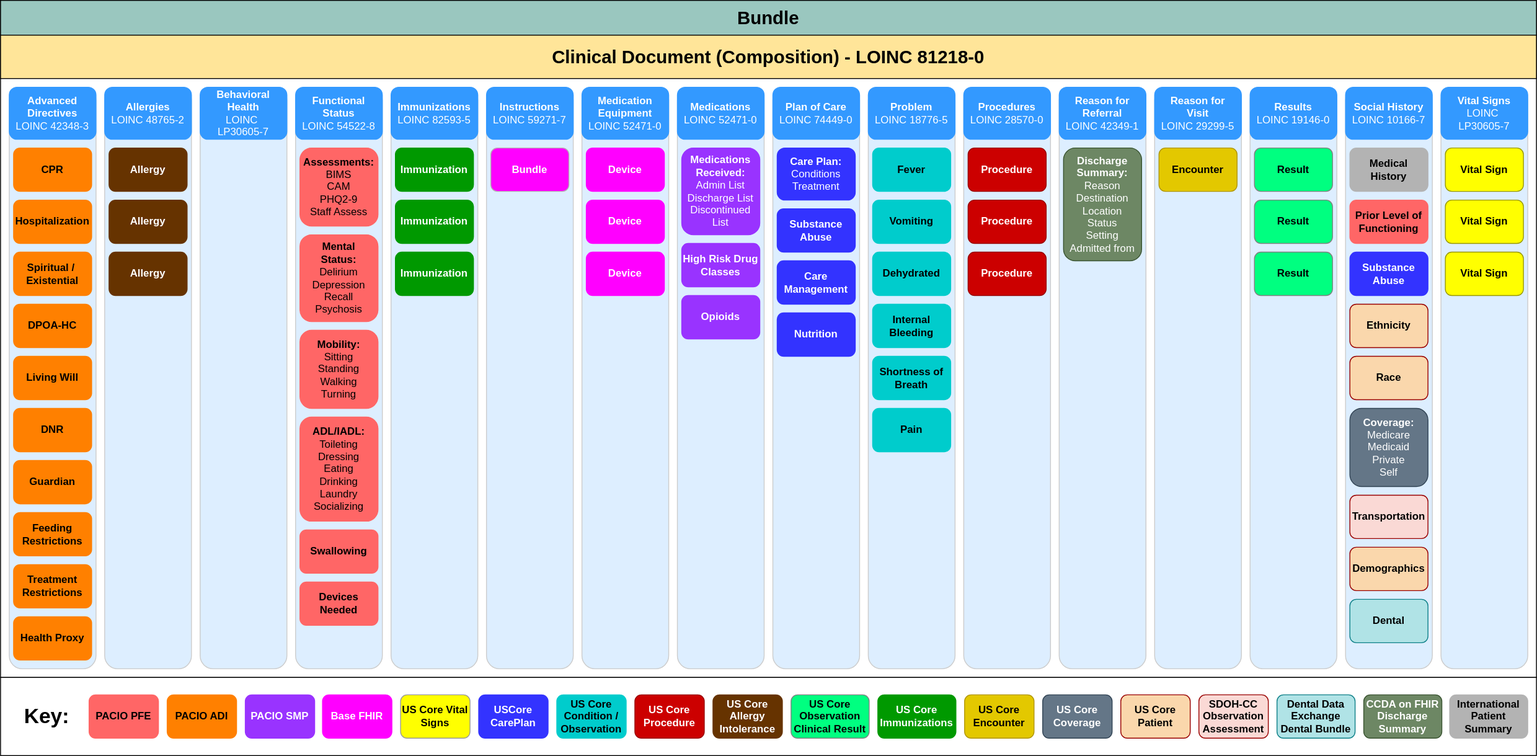
Earlier version of the draw.io export input/images/TOC-structure v2.svg (HL7/fhir-transitions-of-care-ig). Source tidied: cells renumbered, new cells last; positions are measured from the earlier drawing's top-left corner, leaving out a move shared by most shapes.
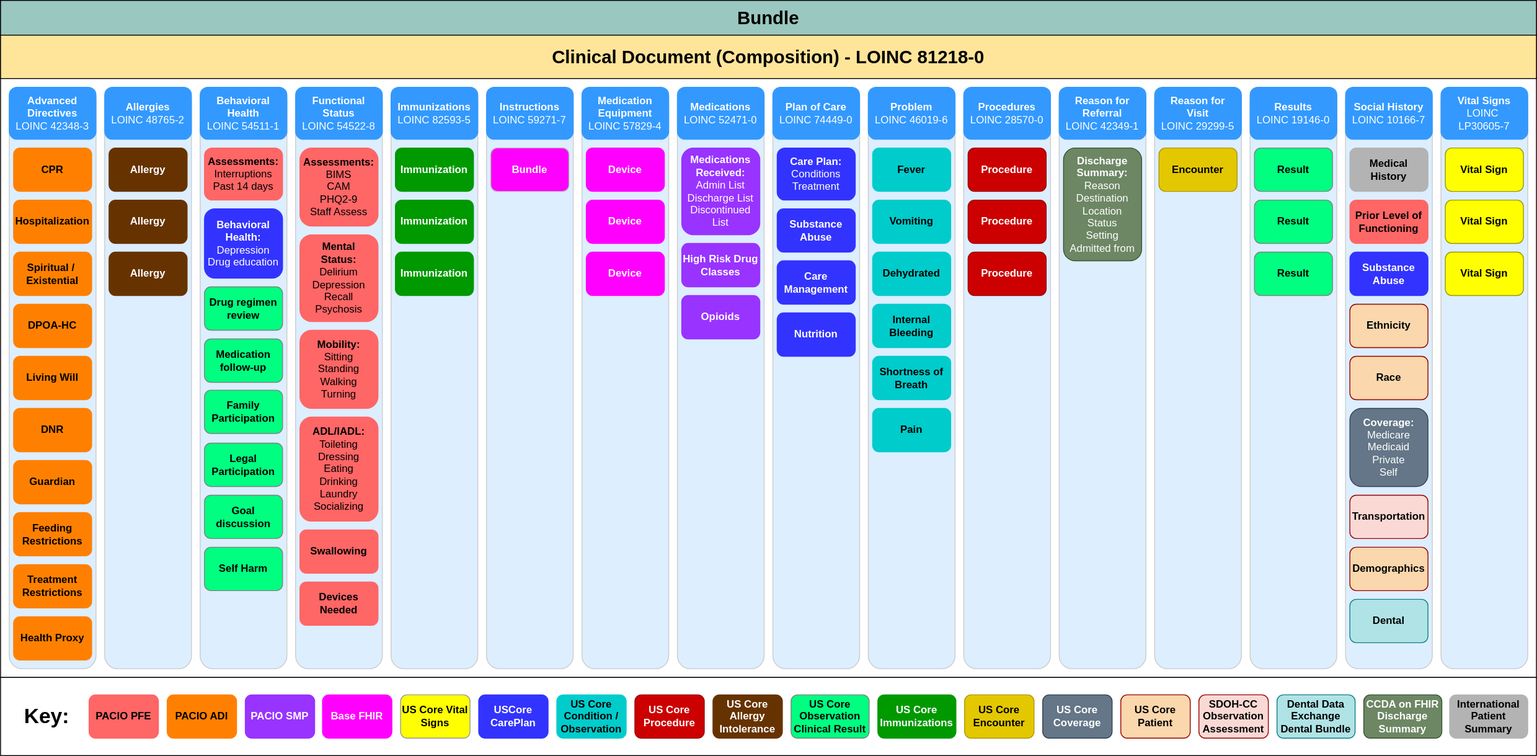
After the commit.

Change to the diagram source:
```diff
@@ -68,7 +68,7 @@
     <mxCell id="23" value="Plan of Care&lt;div&gt;&lt;span style=&quot;font-weight: normal;&quot;&gt;LOINC&amp;nbsp;&lt;/span&gt;&lt;span style=&quot;background-color: initial; font-weight: 400;&quot;&gt;74449-0&lt;/span&gt;&lt;/div&gt;" style="rounded=1;whiteSpace=wrap;html=1;fillColor=#3399FF;strokeColor=#3399FF;fontStyle=1;fontColor=#FFFFFF;" parent="1" vertex="1">
       <mxGeometry x="890" y="100" width="100" height="60" as="geometry" />
     </mxCell>
-    <mxCell id="24" value="Problem&lt;div&gt;&lt;span style=&quot;font-weight: normal;&quot;&gt;LOINC&amp;nbsp;&lt;/span&gt;&lt;span style=&quot;background-color: initial; font-weight: 400;&quot;&gt;18776-5&lt;/span&gt;&lt;/div&gt;" style="rounded=1;whiteSpace=wrap;html=1;fillColor=#3399FF;strokeColor=#3399FF;fontStyle=1;fontColor=#FFFFFF;" parent="1" vertex="1">
+    <mxCell id="24" value="Problem&lt;div&gt;&lt;span style=&quot;font-weight: normal;&quot;&gt;LOINC&amp;nbsp;&lt;/span&gt;&lt;span style=&quot;background-color: initial; font-weight: 400;&quot;&gt;46019-6&lt;/span&gt;&lt;/div&gt;" style="rounded=1;whiteSpace=wrap;html=1;fillColor=#3399FF;strokeColor=#3399FF;fontStyle=1;fontColor=#FFFFFF;" parent="1" vertex="1">
       <mxGeometry x="1000" y="100" width="100" height="60" as="geometry" />
     </mxCell>
     <mxCell id="25" value="Procedures&lt;div&gt;&lt;span style=&quot;font-weight: normal;&quot;&gt;LOINC&amp;nbsp;&lt;/span&gt;&lt;span style=&quot;background-color: initial; font-weight: 400;&quot;&gt;28570-0&lt;/span&gt;&lt;/div&gt;" style="rounded=1;whiteSpace=wrap;html=1;fillColor=#3399FF;strokeColor=#3399FF;fontStyle=1;fontColor=#FFFFFF;" parent="1" vertex="1">
@@ -242,7 +242,7 @@
     <mxCell id="81" style="rounded=1;whiteSpace=wrap;html=1;strokeColor=#CCCCCC;fillColor=#DDEEFF;" parent="1" vertex="1">
       <mxGeometry x="670" y="100" width="100" height="670" as="geometry" />
     </mxCell>
-    <mxCell id="82" value="Medication&lt;div&gt;Equipment&lt;/div&gt;&lt;div&gt;&lt;span style=&quot;font-weight: normal;&quot;&gt;LOINC&amp;nbsp;&lt;/span&gt;&lt;span style=&quot;background-color: initial; font-weight: 400;&quot;&gt;52471-0&lt;/span&gt;&lt;/div&gt;" style="rounded=1;whiteSpace=wrap;html=1;fillColor=#3399FF;strokeColor=#3399FF;fontStyle=1;fontColor=#FFFFFF;" parent="1" vertex="1">
+    <mxCell id="82" value="Medication&lt;div&gt;Equipment&lt;/div&gt;&lt;div&gt;&lt;span style=&quot;font-weight: normal;&quot;&gt;LOINC&amp;nbsp;&lt;/span&gt;&lt;span style=&quot;background-color: initial; font-weight: 400;&quot;&gt;57829-4&lt;/span&gt;&lt;/div&gt;" style="rounded=1;whiteSpace=wrap;html=1;fillColor=#3399FF;strokeColor=#3399FF;fontStyle=1;fontColor=#FFFFFF;" parent="1" vertex="1">
       <mxGeometry x="670" y="100" width="100" height="60" as="geometry" />
     </mxCell>
     <mxCell id="83" value="&lt;b&gt;PACIO PFE&lt;/b&gt;" style="rounded=1;whiteSpace=wrap;html=1;fillColor=#FF6666;strokeColor=#FF6666;" parent="1" vertex="1">
@@ -323,7 +323,7 @@
     <mxCell id="108" style="rounded=1;whiteSpace=wrap;html=1;strokeColor=#CCCCCC;fillColor=#DDEEFF;" parent="1" vertex="1">
       <mxGeometry x="230" y="100" width="100" height="670" as="geometry" />
     </mxCell>
-    <mxCell id="109" value="Behavioral Health&lt;br&gt;&lt;div&gt;&lt;span style=&quot;font-weight: normal;&quot;&gt;LOINC&amp;nbsp;&lt;/span&gt;&lt;/div&gt;&lt;div&gt;&lt;span style=&quot;background-color: initial; font-weight: 400;&quot;&gt;LP30605-7&lt;/span&gt;&lt;/div&gt;" style="rounded=1;whiteSpace=wrap;html=1;strokeColor=#3399FF;fillColor=#3399FF;fontStyle=1;fontColor=#FFFFFF;" parent="1" vertex="1">
+    <mxCell id="109" value="Behavioral Health&lt;br&gt;&lt;div&gt;&lt;span style=&quot;font-weight: normal;&quot;&gt;LOINC&amp;nbsp;&lt;/span&gt;&lt;span style=&quot;background-color: initial; font-weight: 400; color: light-dark(rgb(255, 255, 255), rgb(18, 18, 18));&quot;&gt;54511-1&lt;/span&gt;&lt;/div&gt;" style="rounded=1;whiteSpace=wrap;html=1;strokeColor=#3399FF;fillColor=#3399FF;fontStyle=1;fontColor=#FFFFFF;" parent="1" vertex="1">
       <mxGeometry x="230" y="100" width="100" height="60" as="geometry" />
     </mxCell>
     <mxCell id="110" value="&lt;font style=&quot;color: rgb(255, 255, 255);&quot;&gt;&lt;b style=&quot;&quot;&gt;US Core&lt;/b&gt;&lt;/font&gt;&lt;div&gt;&lt;font style=&quot;color: rgb(255, 255, 255);&quot;&gt;&lt;b style=&quot;&quot;&gt;Coverage&lt;/b&gt;&lt;/font&gt;&lt;/div&gt;" style="rounded=1;whiteSpace=wrap;html=1;fillColor=#647687;strokeColor=#314354;fontColor=#ffffff;" parent="1" vertex="1">
@@ -347,5 +347,29 @@
     <mxCell id="116" value="&lt;div&gt;&lt;b&gt;International&lt;/b&gt;&lt;/div&gt;&lt;div&gt;&lt;b&gt;Patient Summary&lt;/b&gt;&lt;/div&gt;" style="rounded=1;whiteSpace=wrap;html=1;fillColor=#B3B3B3;strokeColor=#B3B3B3;" parent="1" vertex="1">
       <mxGeometry x="1670" y="800" width="90" height="50" as="geometry" />
     </mxCell>
+    <mxCell id="117" value="&lt;b&gt;Assessments:&lt;/b&gt;&lt;div&gt;Interruptions&lt;/div&gt;&lt;div&gt;Past 14 days&lt;/div&gt;" style="rounded=1;whiteSpace=wrap;html=1;fillColor=#FF6666;strokeColor=#FF6666;" parent="1" vertex="1">
+      <mxGeometry x="235" y="170" width="90" height="60" as="geometry" />
+    </mxCell>
+    <mxCell id="118" value="&lt;b&gt;&lt;font color=&quot;#ffffff&quot;&gt;Behavioral&lt;/font&gt;&lt;/b&gt;&lt;div&gt;&lt;b&gt;&lt;font color=&quot;#ffffff&quot;&gt;Health:&lt;/font&gt;&lt;/b&gt;&lt;/div&gt;&lt;div&gt;&lt;font color=&quot;#ffffff&quot;&gt;Depression&lt;/font&gt;&lt;/div&gt;&lt;div&gt;&lt;font color=&quot;#ffffff&quot;&gt;Drug education&lt;/font&gt;&lt;/div&gt;" style="rounded=1;whiteSpace=wrap;html=1;fillColor=#3333FF;strokeColor=#3333FF;" parent="1" vertex="1">
+      <mxGeometry x="235" y="240" width="90" height="80" as="geometry" />
+    </mxCell>
+    <mxCell id="119" value="&lt;b&gt;Drug regimen review&lt;/b&gt;" style="rounded=1;whiteSpace=wrap;html=1;fillColor=#00FF80;strokeColor=#808080;" parent="1" vertex="1">
+      <mxGeometry x="235" y="330" width="90" height="50" as="geometry" />
+    </mxCell>
+    <mxCell id="120" value="&lt;b&gt;Medication follow-up&lt;/b&gt;" style="rounded=1;whiteSpace=wrap;html=1;fillColor=#00FF80;strokeColor=#808080;" parent="1" vertex="1">
+      <mxGeometry x="235" y="390" width="90" height="50" as="geometry" />
+    </mxCell>
+    <mxCell id="121" value="&lt;b&gt;Family Participation&lt;/b&gt;" style="rounded=1;whiteSpace=wrap;html=1;fillColor=#00FF80;strokeColor=#808080;" parent="1" vertex="1">
+      <mxGeometry x="235" y="449" width="90" height="50" as="geometry" />
+    </mxCell>
+    <mxCell id="122" value="&lt;b&gt;Legal Participation&lt;/b&gt;" style="rounded=1;whiteSpace=wrap;html=1;fillColor=#00FF80;strokeColor=#808080;" parent="1" vertex="1">
+      <mxGeometry x="235" y="510" width="90" height="50" as="geometry" />
+    </mxCell>
+    <mxCell id="123" value="&lt;b&gt;Goal discussion&lt;/b&gt;" style="rounded=1;whiteSpace=wrap;html=1;fillColor=#00FF80;strokeColor=#808080;" parent="1" vertex="1">
+      <mxGeometry x="235" y="570" width="90" height="50" as="geometry" />
+    </mxCell>
+    <mxCell id="124" value="&lt;b&gt;Self Harm&lt;/b&gt;" style="rounded=1;whiteSpace=wrap;html=1;fillColor=#00FF80;strokeColor=#808080;" parent="1" vertex="1">
+      <mxGeometry x="235" y="630" width="90" height="50" as="geometry" />
+    </mxCell>
   </root>
 </mxGraphModel>
```
